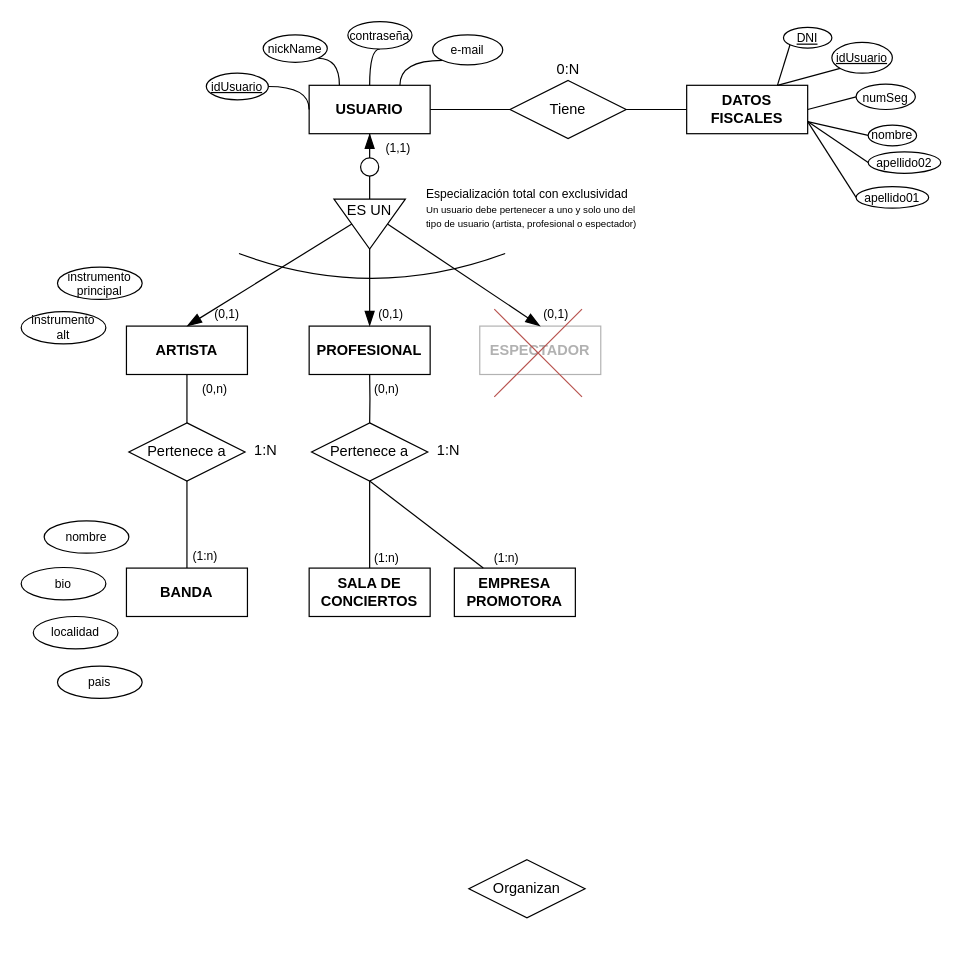
victorvisus/pvm_binain keeps this draw.io diagram as Diagrama sin título.drawio. Above is the earlier version. Source tidied: cells renumbered, new cells numbered last; positions are measured from the earlier drawing's top-left corner, leaving out a move shared by most shapes. Both pictures are drawn from the tidied source at 121%, with x=0, y=0 at pixel (21, 21).
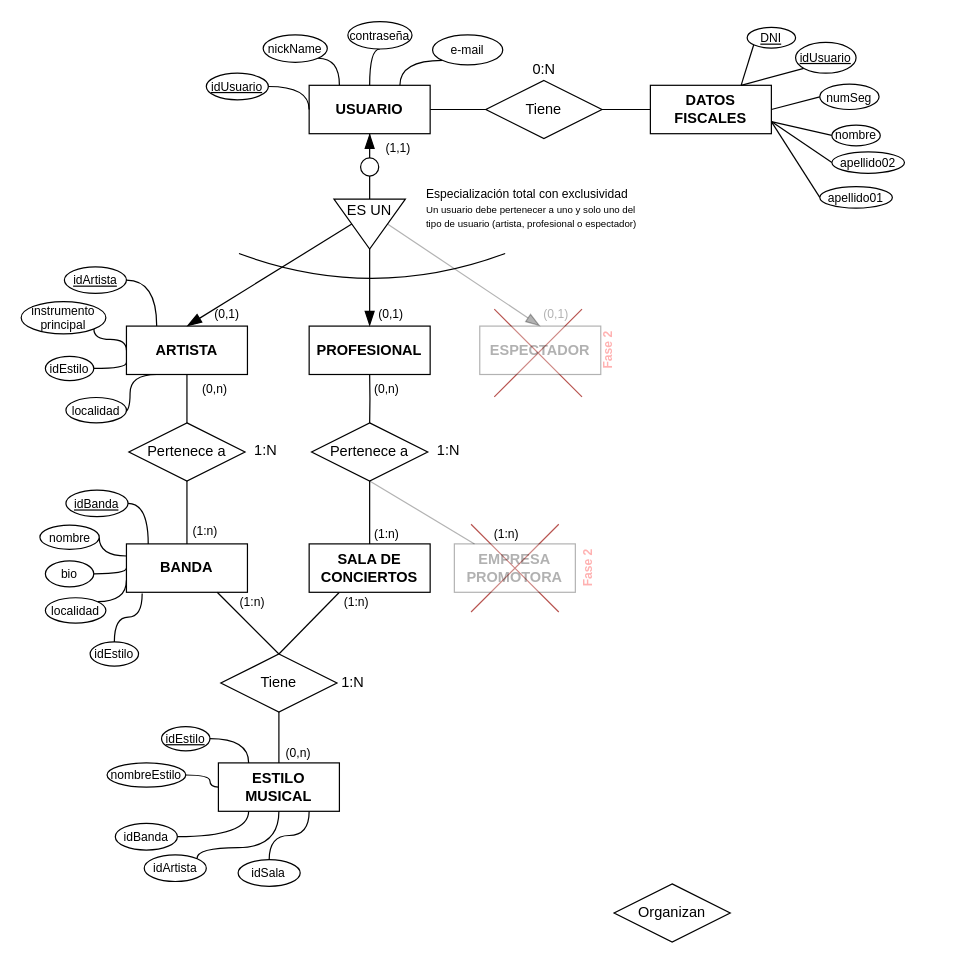
After the change.

Unchanged cells that the change refers to:
```xml
<mxCell id="14" value="ARTISTA" style="whiteSpace=wrap;html=1;align=center;fontStyle=1;" parent="1" vertex="1">
  <mxGeometry x="87" y="252" width="100" height="40" as="geometry" />
</mxCell>
<mxCell id="17" value="ESPECTADOR" style="whiteSpace=wrap;html=1;align=center;fontStyle=1;opacity=30;textOpacity=30;" parent="1" vertex="1">
  <mxGeometry x="379" y="252" width="100" height="40" as="geometry" />
</mxCell>
<mxCell id="30" value="Pertenece a" style="shape=rhombus;perimeter=rhombusPerimeter;whiteSpace=wrap;html=1;align=center;gradientColor=none;" parent="1" vertex="1">
  <mxGeometry x="240" y="332" width="96" height="48" as="geometry" />
</mxCell>
<mxCell id="56" style="verticalLabelPosition=bottom;verticalAlign=top;html=1;shape=mxgraph.basic.acute_triangle;dx=0.5;rotation=-180;" parent="55" vertex="1">
  <mxGeometry y="4" width="59" height="41.3" as="geometry" />
</mxCell>
```

The edit, as a diff of the source:
```diff
@@
+    <mxCell id="72" style="shape=umlDestroy;strokeColor=#b85450;fillColor=#FF0000;strokeWidth=1;" parent="1" vertex="1">
+      <mxGeometry x="391" y="238" width="72.5" height="72.5" as="geometry" />
+    </mxCell>
+    <mxCell id="73" style="shape=umlDestroy;strokeColor=#b85450;fillColor=#FF0000;strokeWidth=1;" parent="1" vertex="1">
+      <mxGeometry x="371.8" y="415.8" width="72.5" height="72.5" as="geometry" />
+    </mxCell>
@@
+    <mxCell id="74" style="edgeStyle=orthogonalEdgeStyle;jettySize=auto;html=1;entryX=1;entryY=0.5;entryDx=0;entryDy=0;endArrow=none;endFill=0;exitX=0;exitY=0.25;exitDx=0;exitDy=0;curved=1;" parent="1" edge="1" source="15" target="68">
+      <mxGeometry relative="1" as="geometry" />
+    </mxCell>
     <mxCell id="15" value="BANDA" style="whiteSpace=wrap;html=1;align=center;fontStyle=1;" parent="1" vertex="1">
-      <mxGeometry x="87" y="452" width="100" height="40" as="geometry" />
+      <mxGeometry x="87" y="432" width="100" height="40" as="geometry" />
     </mxCell>
@@
-    <mxCell id="19" style="jettySize=auto;html=1;endArrow=blockThin;endFill=1;exitX=0;exitY=0;exitDx=14.75;exitDy=20.65;jumpStyle=sharp;rounded=0;entryX=0.5;entryY=0;entryDx=0;entryDy=0;exitPerimeter=0;endSize=10;" parent="1" edge="1" source="56" target="17">
+    <mxCell id="19" style="jettySize=auto;html=1;endArrow=blockThin;endFill=1;exitX=0;exitY=0;exitDx=14.75;exitDy=20.65;jumpStyle=sharp;rounded=0;entryX=0.5;entryY=0;entryDx=0;entryDy=0;exitPerimeter=0;endSize=10;textOpacity=30;opacity=30;" parent="1" edge="1" source="56" target="17">
       <mxGeometry relative="1" as="geometry" />
     </mxCell>
@@
     <mxCell id="26" value="(1:n)" style="text;strokeColor=none;fillColor=none;spacingLeft=4;spacingRight=4;overflow=hidden;fontSize=10;" parent="1" vertex="1">
-      <mxGeometry x="136" y="429.5" width="40" height="30" as="geometry" />
+      <mxGeometry x="136" y="409.5" width="40" height="30" as="geometry" />
     </mxCell>
@@
+    <mxCell id="75" style="edgeStyle=none;rounded=0;jettySize=auto;html=1;exitX=0.25;exitY=1;exitDx=0;exitDy=0;endArrow=none;endFill=0;entryX=0.5;entryY=0;entryDx=0;entryDy=0;" parent="1" edge="1" source="28" target="89">
+      <mxGeometry relative="1" as="geometry" />
+    </mxCell>
     <mxCell id="28" value="SALA DE CONCIERTOS" style="whiteSpace=wrap;html=1;align=center;fontStyle=1;" parent="1" vertex="1">
-      <mxGeometry x="238" y="452" width="100" height="40" as="geometry" />
+      <mxGeometry x="238" y="432" width="100" height="40" as="geometry" />
     </mxCell>
@@
     <mxCell id="34" value="(1:n)" style="text;strokeColor=none;fillColor=none;spacingLeft=4;spacingRight=4;overflow=hidden;fontSize=10;" parent="1" vertex="1">
-      <mxGeometry x="286" y="431.5" width="40" height="30" as="geometry" />
+      <mxGeometry x="286" y="411.5" width="40" height="30" as="geometry" />
     </mxCell>
-    <mxCell id="35" value="EMPRESA&lt;br&gt;PROMOTORA" style="whiteSpace=wrap;html=1;align=center;fontStyle=1;" parent="1" vertex="1">
-      <mxGeometry x="358" y="452" width="100" height="40" as="geometry" />
+    <mxCell id="35" value="EMPRESA&lt;br&gt;PROMOTORA" style="whiteSpace=wrap;html=1;align=center;fontStyle=1;textOpacity=30;opacity=30;" parent="1" vertex="1">
+      <mxGeometry x="358" y="432" width="100" height="40" as="geometry" />
     </mxCell>
-    <mxCell id="36" style="sketch=0;jumpStyle=sharp;jettySize=auto;html=1;shadow=0;endArrow=none;endFill=0;exitX=0.5;exitY=1;exitDx=0;exitDy=0;rounded=0;" parent="1" edge="1" source="30" target="35">
+    <mxCell id="36" style="sketch=0;jumpStyle=sharp;jettySize=auto;html=1;shadow=0;endArrow=none;endFill=0;exitX=0.5;exitY=1;exitDx=0;exitDy=0;rounded=0;opacity=30;" parent="1" edge="1" source="30" target="35">
       <mxGeometry relative="1" as="geometry" />
     </mxCell>
     <mxCell id="37" value="(1:n)" style="text;strokeColor=none;fillColor=none;spacingLeft=4;spacingRight=4;overflow=hidden;fontSize=10;" parent="1" vertex="1">
-      <mxGeometry x="385" y="431.5" width="40" height="30" as="geometry" />
+      <mxGeometry x="385" y="411.5" width="40" height="30" as="geometry" />
     </mxCell>
+    <mxCell id="76" style="edgeStyle=orthogonalEdgeStyle;jettySize=auto;html=1;exitX=1;exitY=1;exitDx=0;exitDy=0;entryX=0;entryY=0.5;entryDx=0;entryDy=0;endArrow=none;endFill=0;fontSize=10;fontColor=#FF0000;curved=1;" parent="1" edge="1" source="38" target="14">
+      <mxGeometry relative="1" as="geometry">
+        <Array as="points">
+          <mxPoint x="60" y="263" />
+          <mxPoint x="87" y="263" />
+        </Array>
+      </mxGeometry>
+    </mxCell>
     <mxCell id="38" value="instrumento&lt;br&gt;principal" style="ellipse;whiteSpace=wrap;html=1;align=center;fontStyle=0;fontSize=10;" parent="1" vertex="1">
-      <mxGeometry x="30" y="203.3" width="70" height="26.7" as="geometry" />
+      <mxGeometry y="231.7" width="70" height="26.7" as="geometry" />
     </mxCell>
@@
     <mxCell id="40" value="nombre" style="ellipse;whiteSpace=wrap;html=1;align=center;fontStyle=0;fontSize=10;" parent="1" vertex="1">
-      <mxGeometry x="700" y="85.9" width="40" height="17.1" as="geometry" />
+      <mxGeometry x="670" y="85.9" width="40" height="17.1" as="geometry" />
     </mxCell>
@@
     <mxCell id="42" value="apellido01" style="ellipse;whiteSpace=wrap;html=1;align=center;fontStyle=0;fontSize=10;" parent="1" vertex="1">
-      <mxGeometry x="690" y="136.8" width="60" height="17.7" as="geometry" />
+      <mxGeometry x="660" y="136.8" width="60" height="17.7" as="geometry" />
     </mxCell>
@@
     <mxCell id="44" value="DNI" style="ellipse;whiteSpace=wrap;html=1;align=center;fontStyle=4;fontSize=10;" parent="1" vertex="1">
-      <mxGeometry x="630" y="5.1" width="40" height="17.1" as="geometry" />
+      <mxGeometry x="600" y="5.1" width="40" height="17.1" as="geometry" />
     </mxCell>
@@
     <mxCell id="46" value="numSeg" style="ellipse;whiteSpace=wrap;html=1;align=center;fontStyle=0;fontSize=10;" parent="1" vertex="1">
-      <mxGeometry x="690" y="52" width="49" height="21" as="geometry" />
+      <mxGeometry x="660" y="52" width="49" height="21" as="geometry" />
     </mxCell>
@@
-    <mxCell id="53" value="(0,1)" style="text;strokeColor=none;fillColor=none;spacingLeft=4;spacingRight=4;overflow=hidden;fontSize=10;" parent="1" vertex="1">
+    <mxCell id="53" value="(0,1)" style="text;strokeColor=none;fillColor=none;spacingLeft=4;spacingRight=4;overflow=hidden;fontSize=10;textOpacity=30;opacity=30;" parent="1" vertex="1">
       <mxGeometry x="426" y="230" width="40" height="30" as="geometry" />
     </mxCell>
@@
     <mxCell id="59" value="apellido02" style="ellipse;whiteSpace=wrap;html=1;align=center;fontStyle=0;fontSize=10;" parent="1" vertex="1">
-      <mxGeometry x="700" y="108" width="60" height="17.7" as="geometry" />
+      <mxGeometry x="670" y="108" width="60" height="17.7" as="geometry" />
     </mxCell>
     <mxCell id="60" value="DATOS&lt;br&gt;FISCALES" style="whiteSpace=wrap;html=1;align=center;fontStyle=1;" parent="1" vertex="1">
-      <mxGeometry x="550" y="53" width="100" height="40" as="geometry" />
+      <mxGeometry x="520" y="53" width="100" height="40" as="geometry" />
     </mxCell>
@@
     <mxCell id="62" value="Tiene" style="shape=rhombus;perimeter=rhombusPerimeter;whiteSpace=wrap;html=1;align=center;gradientColor=none;" parent="1" vertex="1">
-      <mxGeometry x="404" y="49" width="96" height="48" as="geometry" />
+      <mxGeometry x="384" y="49" width="96" height="48" as="geometry" />
     </mxCell>
     <mxCell id="63" value="0:N" style="text;strokeColor=none;fillColor=none;spacingLeft=4;spacingRight=4;overflow=hidden;fontSize=12;" parent="1" vertex="1">
-      <mxGeometry x="437" y="26" width="40" height="30" as="geometry" />
+      <mxGeometry x="417" y="26" width="40" height="30" as="geometry" />
     </mxCell>
@@
     <mxCell id="65" value="idUsuario" style="ellipse;whiteSpace=wrap;html=1;align=center;fontStyle=4;fontSize=10;" parent="1" vertex="1">
-      <mxGeometry x="670" y="17.6" width="50" height="25.4" as="geometry" />
+      <mxGeometry x="640" y="17.6" width="50" height="25.4" as="geometry" />
     </mxCell>
-    <mxCell id="66" value="instrumento&lt;br&gt;alt" style="ellipse;whiteSpace=wrap;html=1;align=center;fontStyle=0;fontSize=10;" parent="1" vertex="1">
-      <mxGeometry y="240" width="70" height="26.7" as="geometry" />
-    </mxCell>
     <mxCell id="67" value="Organizan" style="shape=rhombus;perimeter=rhombusPerimeter;whiteSpace=wrap;html=1;align=center;gradientColor=none;" parent="1" vertex="1">
-      <mxGeometry x="370" y="693" width="96" height="48" as="geometry" />
+      <mxGeometry x="490" y="713" width="96" height="48" as="geometry" />
     </mxCell>
     <mxCell id="68" value="nombre" style="ellipse;whiteSpace=wrap;html=1;align=center;fontStyle=0;fontSize=10;" parent="1" vertex="1">
-      <mxGeometry x="19" y="413" width="70" height="26.7" as="geometry" />
+      <mxGeometry x="15.5" y="416.5" width="49" height="20" as="geometry" />
     </mxCell>
+    <mxCell id="77" style="edgeStyle=orthogonalEdgeStyle;curved=1;jettySize=auto;html=1;exitX=1;exitY=0.5;exitDx=0;exitDy=0;endArrow=none;endFill=0;entryX=0;entryY=0.5;entryDx=0;entryDy=0;" parent="1" edge="1" source="69" target="15">
+      <mxGeometry relative="1" as="geometry" />
+    </mxCell>
     <mxCell id="69" value="bio" style="ellipse;whiteSpace=wrap;html=1;align=center;fontStyle=0;fontSize=10;" parent="1" vertex="1">
-      <mxGeometry y="451.5" width="70" height="26.7" as="geometry" />
+      <mxGeometry x="20" y="446" width="40" height="21.5" as="geometry" />
     </mxCell>
+    <mxCell id="78" style="edgeStyle=orthogonalEdgeStyle;jettySize=auto;html=1;exitX=1;exitY=0;exitDx=0;exitDy=0;endArrow=none;endFill=0;rounded=1;curved=1;entryX=0;entryY=0.75;entryDx=0;entryDy=0;" parent="1" edge="1" source="70" target="15">
+      <mxGeometry relative="1" as="geometry" />
+    </mxCell>
     <mxCell id="70" value="localidad" style="ellipse;whiteSpace=wrap;html=1;align=center;fontStyle=0;fontSize=10;" parent="1" vertex="1">
-      <mxGeometry x="10" y="492" width="70" height="26.7" as="geometry" />
+      <mxGeometry x="20" y="476.5" width="50" height="21" as="geometry" />
     </mxCell>
+    <mxCell id="79" style="edgeStyle=orthogonalEdgeStyle;curved=1;jettySize=auto;html=1;exitX=0.5;exitY=0;exitDx=0;exitDy=0;entryX=0.13;entryY=1.025;entryDx=0;entryDy=0;entryPerimeter=0;endArrow=none;endFill=0;" parent="1" edge="1" source="71" target="15">
+      <mxGeometry relative="1" as="geometry" />
+    </mxCell>
-    <mxCell id="71" value="pais" style="ellipse;whiteSpace=wrap;html=1;align=center;fontStyle=0;fontSize=10;" parent="1" vertex="1">
-      <mxGeometry x="30" y="533" width="70" height="26.7" as="geometry" />
+    <mxCell id="71" value="idEstilo" style="ellipse;whiteSpace=wrap;html=1;align=center;fontStyle=0;fontSize=10;" parent="1" vertex="1">
+      <mxGeometry x="57" y="513" width="40" height="20" as="geometry" />
     </mxCell>
-    <mxCell id="72" style="shape=umlDestroy;strokeColor=#b85450;fillColor=#FF0000;" parent="1" vertex="1">
-      <mxGeometry x="391" y="238" width="72.5" height="72.5" as="geometry" />
-    </mxCell>
+    <mxCell id="80" value="ESTILO&lt;br&gt;MUSICAL" style="whiteSpace=wrap;html=1;align=center;fontStyle=1;" parent="1" vertex="1">
+      <mxGeometry x="163" y="613" width="100" height="40" as="geometry" />
+    </mxCell>
+    <mxCell id="81" style="edgeStyle=orthogonalEdgeStyle;curved=1;jettySize=auto;html=1;exitX=1;exitY=0.5;exitDx=0;exitDy=0;entryX=0.25;entryY=0;entryDx=0;entryDy=0;endArrow=none;endFill=0;" parent="1" edge="1" source="82" target="80">
+      <mxGeometry relative="1" as="geometry" />
+    </mxCell>
+    <mxCell id="82" value="idEstilo" style="ellipse;whiteSpace=wrap;html=1;align=center;fontStyle=4;fontSize=10;" parent="1" vertex="1">
+      <mxGeometry x="116" y="583" width="40" height="20" as="geometry" />
+    </mxCell>
+    <mxCell id="83" style="edgeStyle=orthogonalEdgeStyle;curved=1;jettySize=auto;html=1;endArrow=none;endFill=0;" parent="1" edge="1" source="84" target="80">
+      <mxGeometry relative="1" as="geometry" />
+    </mxCell>
+    <mxCell id="84" value="nombreEstilo" style="ellipse;whiteSpace=wrap;html=1;align=center;fontStyle=0;fontSize=10;" parent="1" vertex="1">
+      <mxGeometry x="71" y="613" width="65" height="20" as="geometry" />
+    </mxCell>
+    <mxCell id="85" style="edgeStyle=orthogonalEdgeStyle;curved=1;jettySize=auto;html=1;exitX=1;exitY=0.5;exitDx=0;exitDy=0;entryX=0;entryY=0.75;entryDx=0;entryDy=0;endArrow=none;endFill=0;" parent="1" edge="1" source="86" target="14">
+      <mxGeometry relative="1" as="geometry" />
+    </mxCell>
+    <mxCell id="86" value="idEstilo" style="ellipse;whiteSpace=wrap;html=1;align=center;fontStyle=0;fontSize=10;" parent="1" vertex="1">
+      <mxGeometry x="20" y="277" width="40" height="20" as="geometry" />
+    </mxCell>
+    <mxCell id="87" style="jettySize=auto;html=1;endArrow=none;endFill=0;entryX=0.75;entryY=1;entryDx=0;entryDy=0;rounded=0;exitX=0.5;exitY=0;exitDx=0;exitDy=0;" parent="1" edge="1" source="89" target="15">
+      <mxGeometry relative="1" as="geometry" />
+    </mxCell>
+    <mxCell id="88" style="edgeStyle=orthogonalEdgeStyle;jettySize=auto;html=1;endArrow=none;endFill=0;rounded=0;" parent="1" edge="1" source="89" target="80">
+      <mxGeometry relative="1" as="geometry" />
+    </mxCell>
+    <mxCell id="89" value="Tiene" style="shape=rhombus;perimeter=rhombusPerimeter;whiteSpace=wrap;html=1;align=center;gradientColor=none;" parent="1" vertex="1">
+      <mxGeometry x="165" y="523" width="96" height="48" as="geometry" />
+    </mxCell>
+    <mxCell id="90" value="1:N" style="text;strokeColor=none;fillColor=none;spacingLeft=4;spacingRight=4;overflow=hidden;fontSize=12;" parent="1" vertex="1">
+      <mxGeometry x="259" y="533" width="40" height="30" as="geometry" />
+    </mxCell>
+    <mxCell id="91" value="(1:n)" style="text;strokeColor=none;fillColor=none;spacingLeft=4;spacingRight=4;overflow=hidden;fontSize=10;" parent="1" vertex="1">
+      <mxGeometry x="261" y="467.5" width="40" height="30" as="geometry" />
+    </mxCell>
+    <mxCell id="92" value="(1:n)" style="text;strokeColor=none;fillColor=none;spacingLeft=4;spacingRight=4;overflow=hidden;fontSize=10;" parent="1" vertex="1">
+      <mxGeometry x="175" y="467.5" width="40" height="30" as="geometry" />
+    </mxCell>
+    <mxCell id="93" value="Fase 2" style="text;overflow=hidden;fontSize=10;align=center;whiteSpace=wrap;html=1;verticalAlign=middle;horizontal=0;fontStyle=1;textOpacity=30;opacity=30;fontColor=#FF0000;" parent="1" vertex="1">
+      <mxGeometry x="476" y="247" width="18" height="50" as="geometry" />
+    </mxCell>
+    <mxCell id="94" value="Fase 2" style="text;overflow=hidden;fontSize=10;align=center;whiteSpace=wrap;html=1;verticalAlign=middle;horizontal=0;fontStyle=1;textOpacity=30;opacity=30;fontColor=#FF0000;" parent="1" vertex="1">
+      <mxGeometry x="459" y="427" width="18" height="50" as="geometry" />
+    </mxCell>
+    <mxCell id="95" value="(0,n)" style="text;strokeColor=none;fillColor=none;spacingLeft=4;spacingRight=4;overflow=hidden;fontSize=10;" parent="1" vertex="1">
+      <mxGeometry x="213" y="593" width="40" height="30" as="geometry" />
+    </mxCell>
+    <mxCell id="96" style="edgeStyle=orthogonalEdgeStyle;jettySize=auto;html=1;exitX=1;exitY=0;exitDx=0;exitDy=0;endArrow=none;endFill=0;fontSize=10;fontColor=#FF0000;entryX=0.25;entryY=1;entryDx=0;entryDy=0;curved=1;" parent="1" edge="1" source="97" target="14">
+      <mxGeometry relative="1" as="geometry">
+        <Array as="points">
+          <mxPoint x="90" y="323" />
+          <mxPoint x="90" y="292" />
+        </Array>
+      </mxGeometry>
+    </mxCell>
+    <mxCell id="97" value="localidad" style="ellipse;whiteSpace=wrap;html=1;align=center;fontStyle=0;fontSize=10;" parent="1" vertex="1">
+      <mxGeometry x="37" y="311" width="50" height="21" as="geometry" />
+    </mxCell>
+    <mxCell id="98" style="edgeStyle=orthogonalEdgeStyle;curved=1;rounded=1;jettySize=auto;html=1;exitX=1;exitY=0.5;exitDx=0;exitDy=0;entryX=0.18;entryY=0.004;entryDx=0;entryDy=0;entryPerimeter=0;endArrow=none;endFill=0;" parent="1" edge="1" source="99" target="15">
+      <mxGeometry relative="1" as="geometry" />
+    </mxCell>
+    <mxCell id="99" value="idBanda" style="ellipse;whiteSpace=wrap;html=1;align=center;fontStyle=4;fontSize=10;" parent="1" vertex="1">
+      <mxGeometry x="37" y="387.5" width="51.3" height="22" as="geometry" />
+    </mxCell>
+    <mxCell id="100" style="edgeStyle=orthogonalEdgeStyle;curved=1;rounded=1;jettySize=auto;html=1;exitX=1;exitY=0.5;exitDx=0;exitDy=0;entryX=0.25;entryY=0;entryDx=0;entryDy=0;endArrow=none;endFill=0;" parent="1" edge="1" source="101" target="14">
+      <mxGeometry relative="1" as="geometry" />
+    </mxCell>
+    <mxCell id="101" value="idArtista" style="ellipse;whiteSpace=wrap;html=1;align=center;fontStyle=4;fontSize=10;" parent="1" vertex="1">
+      <mxGeometry x="35.7" y="203" width="51.3" height="22" as="geometry" />
+    </mxCell>
+    <mxCell id="102" style="edgeStyle=orthogonalEdgeStyle;curved=1;rounded=1;jettySize=auto;html=1;exitX=1;exitY=0.5;exitDx=0;exitDy=0;entryX=0.25;entryY=1;entryDx=0;entryDy=0;endArrow=none;endFill=0;" parent="1" edge="1" source="103" target="80">
+      <mxGeometry relative="1" as="geometry" />
+    </mxCell>
+    <mxCell id="103" value="idBanda" style="ellipse;whiteSpace=wrap;html=1;align=center;fontStyle=0;fontSize=10;" parent="1" vertex="1">
+      <mxGeometry x="77.8" y="663" width="51.3" height="22" as="geometry" />
+    </mxCell>
+    <mxCell id="104" style="edgeStyle=orthogonalEdgeStyle;rounded=1;jettySize=auto;html=1;exitX=1;exitY=0;exitDx=0;exitDy=0;entryX=0.5;entryY=1;entryDx=0;entryDy=0;endArrow=none;endFill=0;curved=1;" parent="1" edge="1" source="105" target="80">
+      <mxGeometry relative="1" as="geometry">
+        <Array as="points">
+          <mxPoint x="146" y="683" />
+          <mxPoint x="213" y="683" />
+        </Array>
+      </mxGeometry>
+    </mxCell>
+    <mxCell id="105" value="idArtista" style="ellipse;whiteSpace=wrap;html=1;align=center;fontStyle=0;fontSize=10;" parent="1" vertex="1">
+      <mxGeometry x="101.7" y="689" width="51.3" height="22" as="geometry" />
+    </mxCell>
+    <mxCell id="106" style="edgeStyle=orthogonalEdgeStyle;curved=1;rounded=1;jettySize=auto;html=1;exitX=0.5;exitY=0;exitDx=0;exitDy=0;entryX=0.75;entryY=1;entryDx=0;entryDy=0;endArrow=none;endFill=0;" parent="1" edge="1" source="107" target="80">
+      <mxGeometry relative="1" as="geometry" />
+    </mxCell>
+    <mxCell id="107" value="idSala" style="ellipse;whiteSpace=wrap;html=1;align=center;fontStyle=0;fontSize=10;" parent="1" vertex="1">
+      <mxGeometry x="179.3" y="693" width="51.3" height="22" as="geometry" />
+    </mxCell>
```
